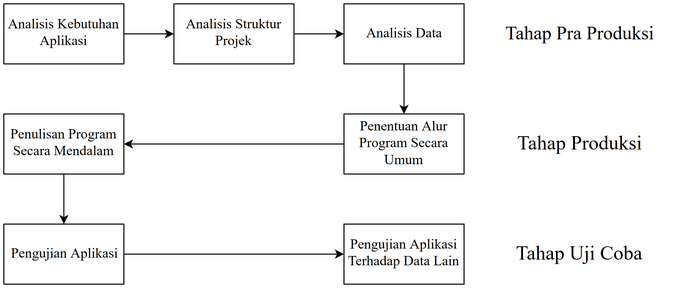
denilson020898/Penulisan keeps this draw.io diagram as flowchart/kerangka_penelitian.png. Above is the earlier version. Source tidied: cells renumbered, new cells last; positions are measured from the earlier drawing's top-left corner, leaving out a move shared by most shapes.
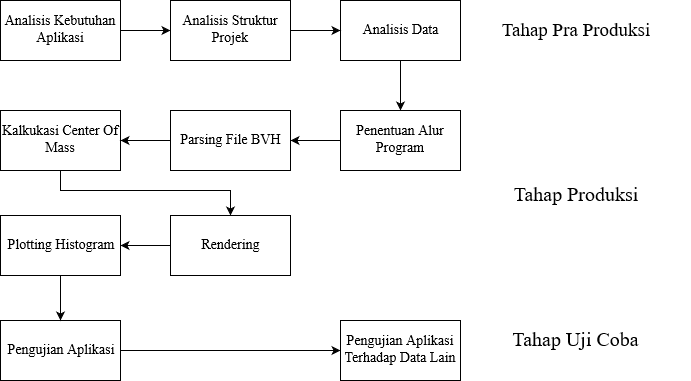
The same diagram one commit later.

Commit message:
perbaikan kerangka penelitian

Diff of the diagram source:
```diff
@@ -20,35 +20,58 @@
     <mxCell id="7" value="Analisis Struktur Projek" style="rounded=0;whiteSpace=wrap;html=1;fontFamily=Times New Roman;fontSize=14;" parent="1" vertex="1">
       <mxGeometry x="170" width="120" height="60" as="geometry" />
     </mxCell>
-    <mxCell id="8" style="edgeStyle=orthogonalEdgeStyle;rounded=0;jettySize=auto;html=1;exitX=0;exitY=0.5;exitDx=0;exitDy=0;entryX=1;entryY=0.5;entryDx=0;entryDy=0;" parent="1" edge="1" source="9" target="11">
-      <mxGeometry relative="1" as="geometry" />
-    </mxCell>
+    <mxCell id="18" style="edgeStyle=orthogonalEdgeStyle;rounded=0;jettySize=auto;html=1;exitX=0;exitY=0.5;exitDx=0;exitDy=0;entryX=1;entryY=0.5;entryDx=0;entryDy=0;" parent="1" edge="1" source="9" target="21">
+      <mxGeometry relative="1" as="geometry" />
+    </mxCell>
-    <mxCell id="9" value="Penentuan Alur Program Secara Umum" style="rounded=0;whiteSpace=wrap;html=1;fontFamily=Times New Roman;fontSize=14;" parent="1" vertex="1">
+    <mxCell id="9" value="Penentuan Alur Program" style="rounded=0;whiteSpace=wrap;html=1;fontFamily=Times New Roman;fontSize=14;" parent="1" vertex="1">
       <mxGeometry x="340" y="110" width="120" height="60" as="geometry" />
     </mxCell>
-    <mxCell id="10" style="edgeStyle=orthogonalEdgeStyle;rounded=0;jettySize=auto;html=1;exitX=0.5;exitY=1;exitDx=0;exitDy=0;" parent="1" edge="1" source="11" target="13">
-      <mxGeometry relative="1" as="geometry" />
-    </mxCell>
+    <mxCell id="19" style="edgeStyle=orthogonalEdgeStyle;rounded=0;jettySize=auto;html=1;entryX=0.5;entryY=0;entryDx=0;entryDy=0;" parent="1" edge="1" source="11" target="23">
+      <mxGeometry relative="1" as="geometry">
+        <Array as="points">
+          <mxPoint x="60" y="190" />
+          <mxPoint x="230" y="190" />
+        </Array>
+      </mxGeometry>
+    </mxCell>
-    <mxCell id="11" value="Penulisan Program Secara Mendalam" style="rounded=0;whiteSpace=wrap;html=1;fontFamily=Times New Roman;fontSize=14;" parent="1" vertex="1">
+    <mxCell id="11" value="Kalkukasi Center Of Mass" style="rounded=0;whiteSpace=wrap;html=1;fontFamily=Times New Roman;fontSize=14;" parent="1" vertex="1">
       <mxGeometry y="110" width="120" height="60" as="geometry" />
     </mxCell>
     <mxCell id="12" style="edgeStyle=orthogonalEdgeStyle;rounded=0;jettySize=auto;html=1;exitX=1;exitY=0.5;exitDx=0;exitDy=0;entryX=0;entryY=0.5;entryDx=0;entryDy=0;" parent="1" edge="1" source="13" target="14">
       <mxGeometry relative="1" as="geometry" />
     </mxCell>
     <mxCell id="13" value="Pengujian Aplikasi" style="rounded=0;whiteSpace=wrap;html=1;fontFamily=Times New Roman;fontSize=14;" parent="1" vertex="1">
-      <mxGeometry y="220" width="120" height="60" as="geometry" />
+      <mxGeometry y="320" width="120" height="60" as="geometry" />
     </mxCell>
     <mxCell id="14" value="Pengujian Aplikasi Terhadap Data Lain" style="rounded=0;whiteSpace=wrap;html=1;fontFamily=Times New Roman;fontSize=14;" parent="1" vertex="1">
-      <mxGeometry x="340" y="220" width="120" height="60" as="geometry" />
+      <mxGeometry x="340" y="320" width="120" height="60" as="geometry" />
     </mxCell>
     <mxCell id="15" value="&lt;font style=&quot;font-size: 19px&quot;&gt;Tahap Pra Produksi&lt;/font&gt;" style="text;html=1;strokeColor=none;fillColor=none;align=center;verticalAlign=middle;whiteSpace=wrap;rounded=0;fontFamily=Times New Roman;" parent="1" vertex="1">
       <mxGeometry x="460" y="5" width="230" height="50" as="geometry" />
     </mxCell>
     <mxCell id="16" value="&lt;font style=&quot;font-size: 20px&quot;&gt;Tahap Produksi&lt;/font&gt;" style="text;html=1;strokeColor=none;fillColor=none;align=center;verticalAlign=middle;whiteSpace=wrap;rounded=0;fontFamily=Times New Roman;" parent="1" vertex="1">
-      <mxGeometry x="460" y="115" width="230" height="50" as="geometry" />
+      <mxGeometry x="460" y="170" width="230" height="50" as="geometry" />
     </mxCell>
     <mxCell id="17" value="&lt;font style=&quot;font-size: 20px&quot;&gt;Tahap Uji Coba&lt;/font&gt;" style="text;html=1;strokeColor=none;fillColor=none;align=center;verticalAlign=middle;whiteSpace=wrap;rounded=0;fontFamily=Times New Roman;" parent="1" vertex="1">
-      <mxGeometry x="460" y="225" width="230" height="50" as="geometry" />
+      <mxGeometry x="460" y="315" width="230" height="50" as="geometry" />
     </mxCell>
+    <mxCell id="20" style="edgeStyle=orthogonalEdgeStyle;rounded=0;jettySize=auto;html=1;entryX=1;entryY=0.5;entryDx=0;entryDy=0;" parent="1" edge="1" source="21" target="11">
+      <mxGeometry relative="1" as="geometry" />
+    </mxCell>
+    <mxCell id="21" value="Parsing File BVH" style="rounded=0;whiteSpace=wrap;html=1;fontFamily=Times New Roman;fontSize=14;" parent="1" vertex="1">
+      <mxGeometry x="170" y="110" width="120" height="60" as="geometry" />
+    </mxCell>
+    <mxCell id="22" style="edgeStyle=orthogonalEdgeStyle;rounded=0;jettySize=auto;html=1;entryX=1;entryY=0.5;entryDx=0;entryDy=0;" parent="1" edge="1" source="23" target="25">
+      <mxGeometry relative="1" as="geometry" />
+    </mxCell>
+    <mxCell id="23" value="Rendering" style="rounded=0;whiteSpace=wrap;html=1;fontFamily=Times New Roman;fontSize=14;" parent="1" vertex="1">
+      <mxGeometry x="170" y="215" width="120" height="60" as="geometry" />
+    </mxCell>
+    <mxCell id="24" style="edgeStyle=orthogonalEdgeStyle;rounded=0;jettySize=auto;html=1;" parent="1" edge="1" source="25" target="13">
+      <mxGeometry relative="1" as="geometry" />
+    </mxCell>
+    <mxCell id="25" value="Plotting Histogram" style="rounded=0;whiteSpace=wrap;html=1;fontFamily=Times New Roman;fontSize=14;" parent="1" vertex="1">
+      <mxGeometry y="215" width="120" height="60" as="geometry" />
+    </mxCell>
   </root>
 </mxGraphModel>
```
